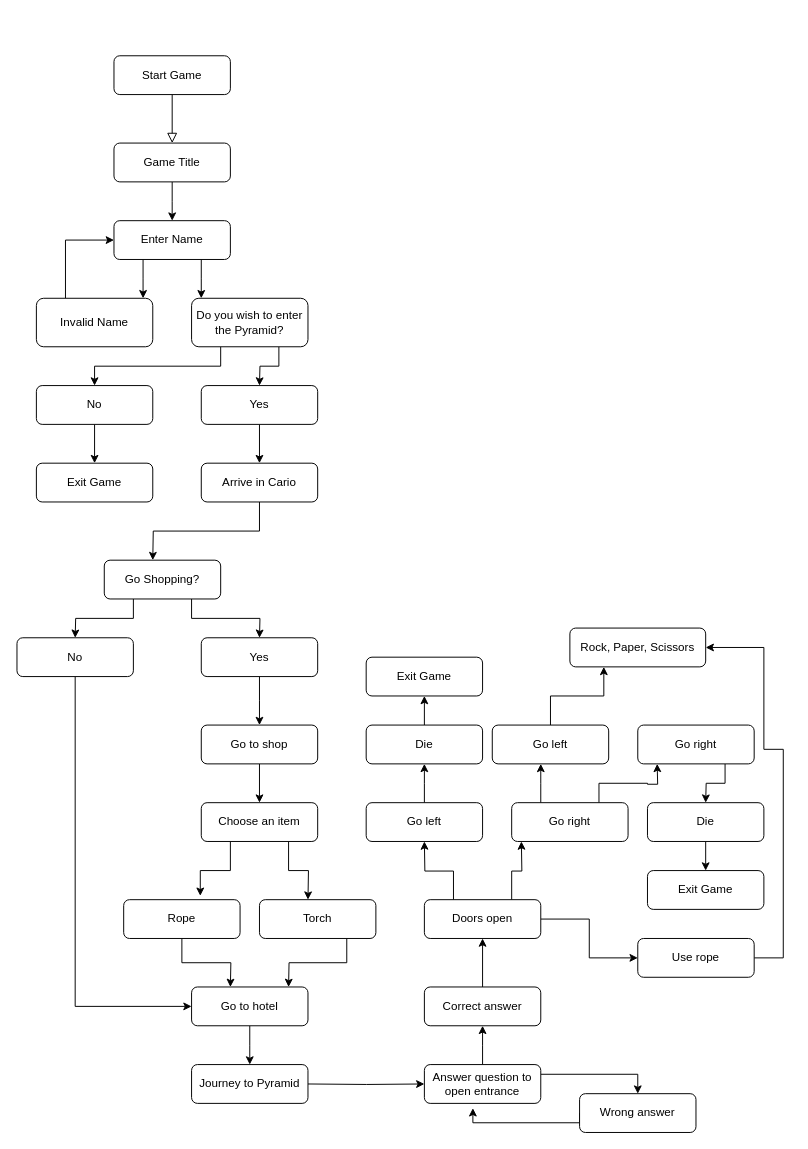
The draw.io diagram Untitled Diagram.drawio in ogc1231/puzzle-pyramid, before the edit. Source tidied: cells renumbered, new cells numbered last; positions are measured from the earlier drawing's top-left corner, leaving out a move shared by most shapes. Both pictures are drawn from the tidied source at 97%, with x=0, y=0 at pixel (16, 55).
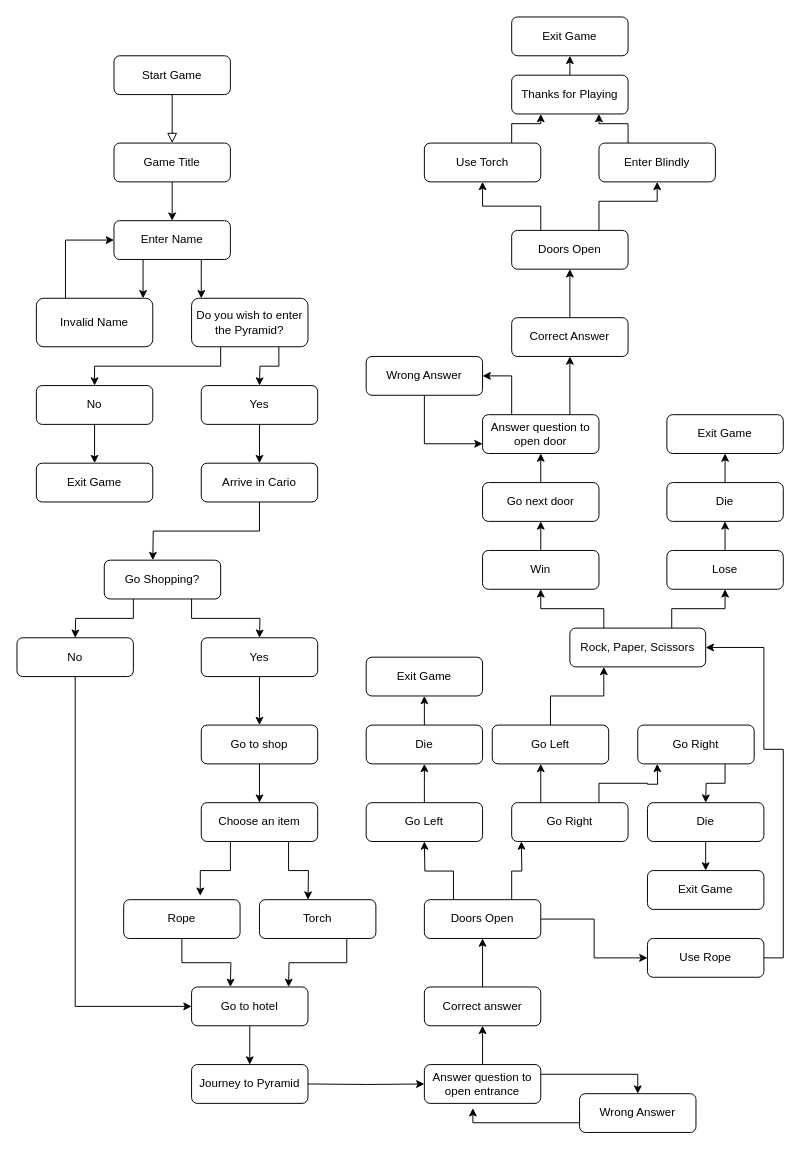
Above is the later version.

Unchanged cells that the change refers to:
```xml
<mxCell id="70" value="Rock, Paper, Scissors" style="rounded=1;whiteSpace=wrap;html=1;" parent="1" vertex="1">
  <mxGeometry x="570" y="590" width="140" height="40" as="geometry" />
</mxCell>
```

What changed in the source:
```diff
@@
-    <mxCell id="46" value="Wrong answer" style="rounded=1;whiteSpace=wrap;html=1;" parent="1" vertex="1">
+    <mxCell id="46" value="Wrong Answer" style="rounded=1;whiteSpace=wrap;html=1;" parent="1" vertex="1">
       <mxGeometry x="580" y="1070" width="120" height="40" as="geometry" />
     </mxCell>
@@
-    <mxCell id="52" value="Doors open" style="rounded=1;whiteSpace=wrap;html=1;" parent="1" vertex="1">
+    <mxCell id="52" value="Doors Open" style="rounded=1;whiteSpace=wrap;html=1;" parent="1" vertex="1">
       <mxGeometry x="420" y="870" width="120" height="40" as="geometry" />
     </mxCell>
@@
-    <mxCell id="54" value="Use rope" style="rounded=1;whiteSpace=wrap;html=1;" parent="1" vertex="1">
-      <mxGeometry x="640" y="910" width="120" height="40" as="geometry" />
+    <mxCell id="54" value="Use Rope" style="rounded=1;whiteSpace=wrap;html=1;" parent="1" vertex="1">
+      <mxGeometry x="650" y="910" width="120" height="40" as="geometry" />
     </mxCell>
@@
-    <mxCell id="56" value="Go left" style="rounded=1;whiteSpace=wrap;html=1;" parent="1" vertex="1">
+    <mxCell id="56" value="Go Left" style="rounded=1;whiteSpace=wrap;html=1;" parent="1" vertex="1">
       <mxGeometry x="360" y="770" width="120" height="40" as="geometry" />
     </mxCell>
@@
-    <mxCell id="59" value="Go right" style="rounded=1;whiteSpace=wrap;html=1;" parent="1" vertex="1">
+    <mxCell id="59" value="Go Right" style="rounded=1;whiteSpace=wrap;html=1;" parent="1" vertex="1">
       <mxGeometry x="510" y="770" width="120" height="40" as="geometry" />
     </mxCell>
@@
-    <mxCell id="64" value="Go left" style="rounded=1;whiteSpace=wrap;html=1;" parent="1" vertex="1">
+    <mxCell id="64" value="Go Left" style="rounded=1;whiteSpace=wrap;html=1;" parent="1" vertex="1">
       <mxGeometry x="490" y="690" width="120" height="40" as="geometry" />
     </mxCell>
@@
-    <mxCell id="66" value="Go right" style="rounded=1;whiteSpace=wrap;html=1;" parent="1" vertex="1">
+    <mxCell id="66" value="Go Right" style="rounded=1;whiteSpace=wrap;html=1;" parent="1" vertex="1">
       <mxGeometry x="640" y="690" width="120" height="40" as="geometry" />
     </mxCell>
@@
+    <mxCell id="71" style="edgeStyle=orthogonalEdgeStyle;rounded=0;jettySize=auto;html=1;exitX=0.25;exitY=0;exitDx=0;exitDy=0;" parent="1" edge="1" source="70" target="74">
+      <mxGeometry relative="1" as="geometry" />
+    </mxCell>
+    <mxCell id="72" style="edgeStyle=orthogonalEdgeStyle;rounded=0;jettySize=auto;html=1;exitX=0.75;exitY=0;exitDx=0;exitDy=0;entryX=0.5;entryY=1;entryDx=0;entryDy=0;" parent="1" edge="1" source="70" target="76">
+      <mxGeometry relative="1" as="geometry" />
+    </mxCell>
@@
+    <mxCell id="73" style="edgeStyle=orthogonalEdgeStyle;rounded=0;jettySize=auto;html=1;exitX=0.5;exitY=0;exitDx=0;exitDy=0;" parent="1" edge="1" source="74">
+      <mxGeometry relative="1" as="geometry">
+        <mxPoint x="540" y="480" as="targetPoint" />
+      </mxGeometry>
+    </mxCell>
+    <mxCell id="74" value="Win" style="rounded=1;whiteSpace=wrap;html=1;" parent="1" vertex="1">
+      <mxGeometry x="480" y="510" width="120" height="40" as="geometry" />
+    </mxCell>
+    <mxCell id="75" style="edgeStyle=orthogonalEdgeStyle;rounded=0;jettySize=auto;html=1;exitX=0.5;exitY=0;exitDx=0;exitDy=0;entryX=0.5;entryY=1;entryDx=0;entryDy=0;" parent="1" edge="1" source="76" target="78">
+      <mxGeometry relative="1" as="geometry" />
+    </mxCell>
+    <mxCell id="76" value="Lose" style="rounded=1;whiteSpace=wrap;html=1;" parent="1" vertex="1">
+      <mxGeometry x="670" y="510" width="120" height="40" as="geometry" />
+    </mxCell>
+    <mxCell id="77" style="edgeStyle=orthogonalEdgeStyle;rounded=0;jettySize=auto;html=1;exitX=0.5;exitY=0;exitDx=0;exitDy=0;entryX=0.5;entryY=1;entryDx=0;entryDy=0;" parent="1" edge="1" source="78" target="79">
+      <mxGeometry relative="1" as="geometry" />
+    </mxCell>
+    <mxCell id="78" value="Die" style="rounded=1;whiteSpace=wrap;html=1;" parent="1" vertex="1">
+      <mxGeometry x="670" y="440" width="120" height="40" as="geometry" />
+    </mxCell>
+    <mxCell id="79" value="Exit Game" style="rounded=1;whiteSpace=wrap;html=1;" parent="1" vertex="1">
+      <mxGeometry x="670" y="370" width="120" height="40" as="geometry" />
+    </mxCell>
+    <mxCell id="80" style="edgeStyle=orthogonalEdgeStyle;rounded=0;jettySize=auto;html=1;exitX=0.5;exitY=0;exitDx=0;exitDy=0;entryX=0.5;entryY=1;entryDx=0;entryDy=0;" parent="1" edge="1" source="81" target="84">
+      <mxGeometry relative="1" as="geometry" />
+    </mxCell>
+    <mxCell id="81" value="Go next door" style="rounded=1;whiteSpace=wrap;html=1;" parent="1" vertex="1">
+      <mxGeometry x="480" y="440" width="120" height="40" as="geometry" />
+    </mxCell>
+    <mxCell id="82" style="edgeStyle=orthogonalEdgeStyle;rounded=0;jettySize=auto;html=1;exitX=0.25;exitY=0;exitDx=0;exitDy=0;entryX=1;entryY=0.5;entryDx=0;entryDy=0;" parent="1" edge="1" source="84" target="86">
+      <mxGeometry relative="1" as="geometry" />
+    </mxCell>
+    <mxCell id="83" style="edgeStyle=orthogonalEdgeStyle;rounded=0;jettySize=auto;html=1;exitX=0.75;exitY=0;exitDx=0;exitDy=0;" parent="1" edge="1" source="84">
+      <mxGeometry relative="1" as="geometry">
+        <mxPoint x="570" y="310" as="targetPoint" />
+      </mxGeometry>
+    </mxCell>
+    <mxCell id="84" value="Answer question to open door" style="rounded=1;whiteSpace=wrap;html=1;" parent="1" vertex="1">
+      <mxGeometry x="480" y="370" width="120" height="40" as="geometry" />
+    </mxCell>
+    <mxCell id="85" style="edgeStyle=orthogonalEdgeStyle;rounded=0;jettySize=auto;html=1;exitX=0.5;exitY=1;exitDx=0;exitDy=0;entryX=0;entryY=0.75;entryDx=0;entryDy=0;" parent="1" edge="1" source="86" target="84">
+      <mxGeometry relative="1" as="geometry" />
+    </mxCell>
+    <mxCell id="86" value="Wrong Answer" style="rounded=1;whiteSpace=wrap;html=1;" parent="1" vertex="1">
+      <mxGeometry x="360" y="310" width="120" height="40" as="geometry" />
+    </mxCell>
+    <mxCell id="87" style="edgeStyle=orthogonalEdgeStyle;rounded=0;jettySize=auto;html=1;exitX=0.5;exitY=0;exitDx=0;exitDy=0;entryX=0.5;entryY=1;entryDx=0;entryDy=0;" parent="1" edge="1" source="88" target="91">
+      <mxGeometry relative="1" as="geometry" />
+    </mxCell>
+    <mxCell id="88" value="Correct Answer" style="rounded=1;whiteSpace=wrap;html=1;" parent="1" vertex="1">
+      <mxGeometry x="510" y="270" width="120" height="40" as="geometry" />
+    </mxCell>
+    <mxCell id="89" style="edgeStyle=orthogonalEdgeStyle;rounded=0;jettySize=auto;html=1;exitX=0.25;exitY=0;exitDx=0;exitDy=0;entryX=0.5;entryY=1;entryDx=0;entryDy=0;" parent="1" edge="1" source="91" target="93">
+      <mxGeometry relative="1" as="geometry" />
+    </mxCell>
+    <mxCell id="90" style="edgeStyle=orthogonalEdgeStyle;rounded=0;jettySize=auto;html=1;exitX=0.75;exitY=0;exitDx=0;exitDy=0;entryX=0.5;entryY=1;entryDx=0;entryDy=0;" parent="1" edge="1" source="91" target="95">
+      <mxGeometry relative="1" as="geometry">
+        <Array as="points">
+          <mxPoint x="600" y="150" />
+          <mxPoint x="660" y="150" />
+        </Array>
+      </mxGeometry>
+    </mxCell>
+    <mxCell id="91" value="Doors Open" style="rounded=1;whiteSpace=wrap;html=1;" parent="1" vertex="1">
+      <mxGeometry x="510" y="180" width="120" height="40" as="geometry" />
+    </mxCell>
+    <mxCell id="92" style="edgeStyle=orthogonalEdgeStyle;rounded=0;jettySize=auto;html=1;exitX=0.75;exitY=0;exitDx=0;exitDy=0;entryX=0.25;entryY=1;entryDx=0;entryDy=0;" parent="1" edge="1" source="93" target="97">
+      <mxGeometry relative="1" as="geometry" />
+    </mxCell>
+    <mxCell id="93" value="Use Torch" style="rounded=1;whiteSpace=wrap;html=1;" parent="1" vertex="1">
+      <mxGeometry x="420" y="90" width="120" height="40" as="geometry" />
+    </mxCell>
+    <mxCell id="94" style="edgeStyle=orthogonalEdgeStyle;rounded=0;jettySize=auto;html=1;exitX=0.25;exitY=0;exitDx=0;exitDy=0;entryX=0.75;entryY=1;entryDx=0;entryDy=0;" parent="1" edge="1" source="95" target="97">
+      <mxGeometry relative="1" as="geometry" />
+    </mxCell>
+    <mxCell id="95" value="Enter Blindly" style="rounded=1;whiteSpace=wrap;html=1;" parent="1" vertex="1">
+      <mxGeometry x="600" y="90" width="120" height="40" as="geometry" />
+    </mxCell>
+    <mxCell id="96" style="edgeStyle=orthogonalEdgeStyle;rounded=0;jettySize=auto;html=1;exitX=0.5;exitY=0;exitDx=0;exitDy=0;entryX=0.5;entryY=1;entryDx=0;entryDy=0;" parent="1" edge="1" source="97" target="98">
+      <mxGeometry relative="1" as="geometry" />
+    </mxCell>
+    <mxCell id="97" value="Thanks for Playing" style="rounded=1;whiteSpace=wrap;html=1;" parent="1" vertex="1">
+      <mxGeometry x="510" y="20" width="120" height="40" as="geometry" />
+    </mxCell>
+    <mxCell id="98" value="Exit Game" style="rounded=1;whiteSpace=wrap;html=1;" parent="1" vertex="1">
+      <mxGeometry x="510" y="-40" width="120" height="40" as="geometry" />
+    </mxCell>
```
